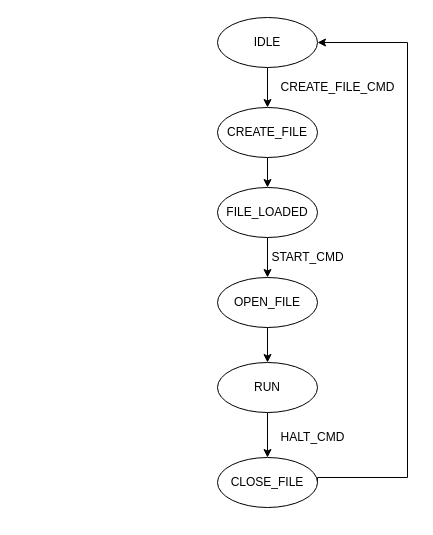
Before: docs/state_machine.drawio in MArndt26/PNG_Datalogger, a draw.io diagram. Source tidied: cells renumbered, new cells numbered last; positions are measured from the earlier drawing's top-left corner, leaving out a move shared by most shapes. Both pictures are drawn from the tidied source at 100%, with x=0, y=0 at pixel (217, 17).
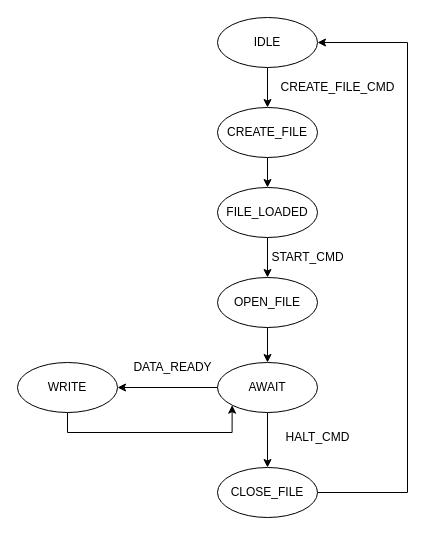
Above is the later version.

The change refers to these unchanged cells:
```xml
<mxCell id="16" value="IDLE" style="ellipse;whiteSpace=wrap;html=1;" parent="1" vertex="1">
  <mxGeometry width="100" height="50" as="geometry" />
</mxCell>
```

The edit, as a diff of the source:
```diff
@@
+    <mxCell id="17" style="edgeStyle=orthogonalEdgeStyle;rounded=0;jettySize=auto;html=1;" parent="1" edge="1" source="11" target="19">
+      <mxGeometry relative="1" as="geometry" />
+    </mxCell>
@@
-    <mxCell id="11" value="RUN" style="ellipse;whiteSpace=wrap;html=1;" parent="1" vertex="1">
+    <mxCell id="11" value="AWAIT" style="ellipse;whiteSpace=wrap;html=1;" parent="1" vertex="1">
       <mxGeometry y="345" width="100" height="50" as="geometry" />
     </mxCell>
     <mxCell id="12" style="edgeStyle=orthogonalEdgeStyle;rounded=0;jettySize=auto;html=1;exitX=1;exitY=0.5;exitDx=0;exitDy=0;entryX=1;entryY=0.5;entryDx=0;entryDy=0;" parent="1" edge="1" source="13" target="16">
       <mxGeometry relative="1" as="geometry">
         <Array as="points">
-          <mxPoint x="100" y="460" />
-          <mxPoint x="190" y="460" />
+          <mxPoint x="190" y="475" />
           <mxPoint x="190" y="25" />
         </Array>
       </mxGeometry>
     </mxCell>
     <mxCell id="13" value="CLOSE_FILE" style="ellipse;whiteSpace=wrap;html=1;" parent="1" vertex="1">
-      <mxGeometry y="440" width="100" height="50" as="geometry" />
+      <mxGeometry y="450" width="100" height="50" as="geometry" />
     </mxCell>
     <mxCell id="14" value="HALT_CMD" style="text;html=1;align=center;verticalAlign=middle;" parent="1" vertex="1">
-      <mxGeometry x="55" y="410" width="80" height="20" as="geometry" />
+      <mxGeometry x="60" y="410" width="80" height="20" as="geometry" />
     </mxCell>
@@
+    <mxCell id="18" style="edgeStyle=orthogonalEdgeStyle;rounded=0;jettySize=auto;html=1;exitX=0.5;exitY=1;exitDx=0;exitDy=0;entryX=0;entryY=1;entryDx=0;entryDy=0;" parent="1" edge="1" source="19" target="11">
+      <mxGeometry relative="1" as="geometry">
+        <Array as="points">
+          <mxPoint x="-150" y="415" />
+          <mxPoint x="15" y="415" />
+        </Array>
+      </mxGeometry>
+    </mxCell>
+    <mxCell id="19" value="WRITE" style="ellipse;whiteSpace=wrap;html=1;" parent="1" vertex="1">
+      <mxGeometry x="-200" y="345" width="100" height="50" as="geometry" />
+    </mxCell>
+    <mxCell id="20" value="DATA_READY" style="text;html=1;align=center;verticalAlign=middle;" parent="1" vertex="1">
+      <mxGeometry x="-90" y="340" width="90" height="20" as="geometry" />
+    </mxCell>
```
